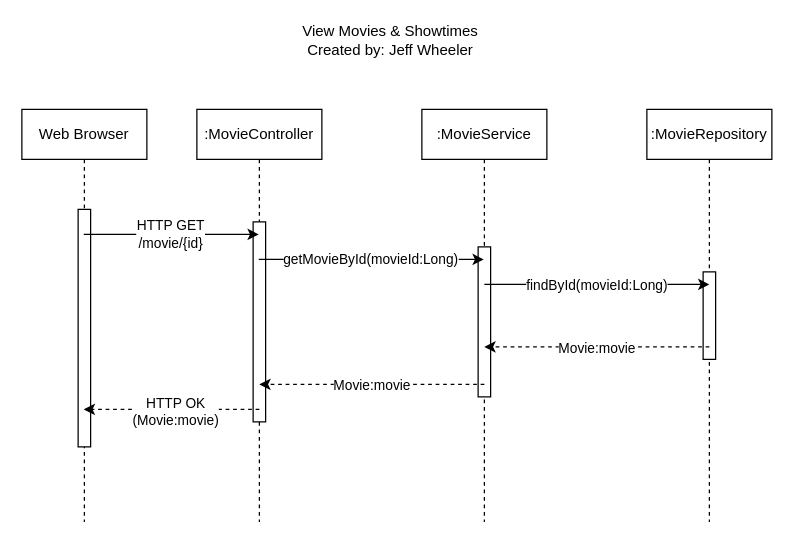
Above: Sequence Diagram - View Movie & Showtimes.drawio in AcmePlexApp/documents (draw.io), before the change. Source tidied: cells renumbered, new cells numbered last; positions are measured from the earlier drawing's top-left corner, leaving out a move shared by most shapes. Both pictures are drawn from the tidied source at 125%, with x=0, y=0 at pixel (21, 21).
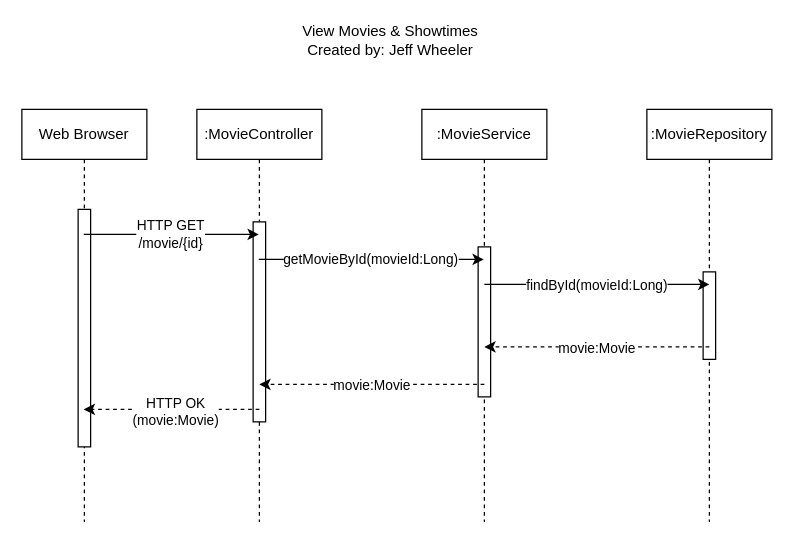
Above is the later version.

Unchanged cells that the change refers to:
```xml
<mxCell id="15" style="endArrow=classic;html=1;rounded=0;dashed=1;" parent="1" edge="1">
  <mxGeometry relative="1" as="geometry">
    <mxPoint x="550" y="260" as="sourcePoint" />
    <mxPoint x="370" y="260" as="targetPoint" />
  </mxGeometry>
</mxCell>
<mxCell id="19" style="endArrow=classic;html=1;rounded=0;dashed=1;" parent="1" edge="1">
  <mxGeometry relative="1" as="geometry">
    <mxPoint x="370" y="290" as="sourcePoint" />
    <mxPoint x="190" y="290" as="targetPoint" />
  </mxGeometry>
</mxCell>
<mxCell id="21" style="endArrow=classic;html=1;rounded=0;dashed=1;" parent="1" edge="1" target="2">
  <mxGeometry relative="1" as="geometry">
    <mxPoint x="190" y="310" as="sourcePoint" />
  </mxGeometry>
</mxCell>
```

Change to the diagram source:
```diff
@@
-    <mxCell id="16" value="Movie:movie" style="edgeLabel;html=1;align=center;verticalAlign=middle;" parent="15" vertex="1">
+    <mxCell id="16" value="movie:Movie" style="edgeLabel;html=1;align=center;verticalAlign=middle;" parent="15" vertex="1">
       <mxGeometry x="0.01" relative="1" as="geometry" />
     </mxCell>
@@
-    <mxCell id="20" value="Movie:movie" style="edgeLabel;html=1;align=center;verticalAlign=middle;" parent="19" vertex="1">
+    <mxCell id="20" value="movie:Movie" style="edgeLabel;html=1;align=center;verticalAlign=middle;" parent="19" vertex="1">
       <mxGeometry x="0.01" relative="1" as="geometry" />
     </mxCell>
@@
-    <mxCell id="22" value="HTTP OK&lt;div&gt;(Movie:movie)&lt;/div&gt;" style="edgeLabel;html=1;align=center;verticalAlign=middle;" parent="21" vertex="1">
+    <mxCell id="22" value="HTTP OK&lt;div&gt;(movie:Movie)&lt;/div&gt;" style="edgeLabel;html=1;align=center;verticalAlign=middle;" parent="21" vertex="1">
       <mxGeometry x="-0.03" y="1" relative="1" as="geometry" />
     </mxCell>
```
